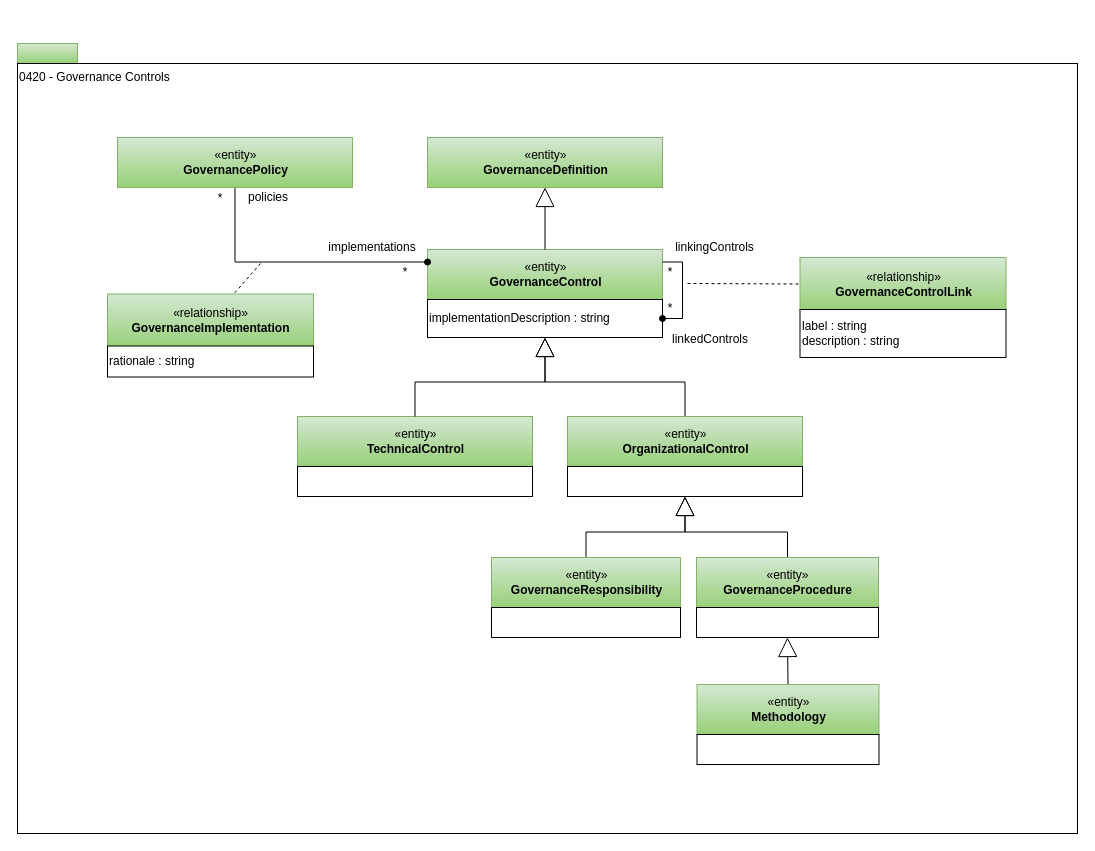
odpi/egeria-docs keeps this draw.io diagram as page "0420-Governance-Controls" (6 of 30) of site/docs/types/4/area-4-governance.drawio. Above is the earlier version. Source tidied: cells renumbered, new cells numbered last; positions are measured from the earlier drawing's top-left corner, leaving out a move shared by most shapes. Both pictures are drawn from the tidied source at 100%, with x=0, y=0 at pixel (17, 43).
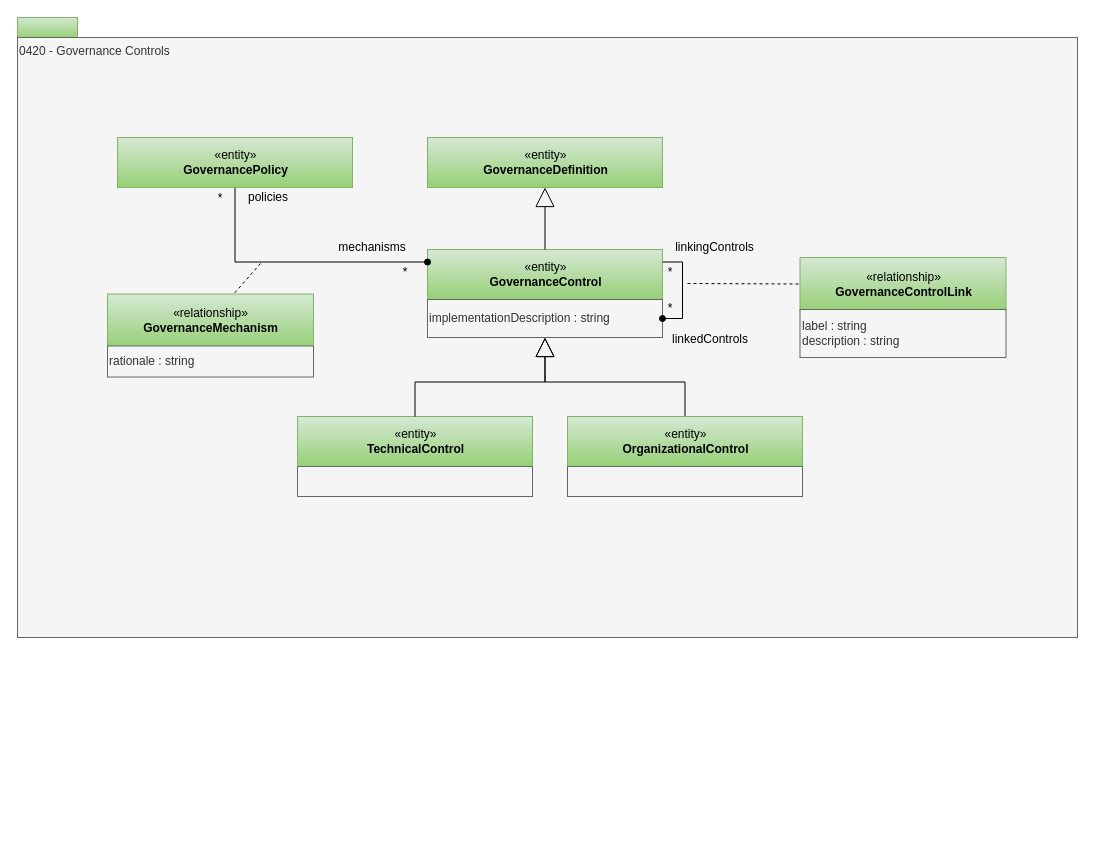
Above is the later version.

What changed in the source:
```diff
@@
     <mxCell id="2" style="rounded=0;whiteSpace=wrap;html=1;align=left;fillColor=#d5e8d4;strokeColor=#82b366;gradientColor=#97d077;" parent="1" vertex="1">
-      <mxGeometry width="60" height="20" as="geometry" />
+      <mxGeometry y="-26" width="60" height="20" as="geometry" />
     </mxCell>
-    <mxCell id="3" value="0420 - Governance Controls" style="rounded=0;whiteSpace=wrap;html=1;align=left;verticalAlign=top;" parent="1" vertex="1">
-      <mxGeometry y="20" width="1060" height="770" as="geometry" />
+    <mxCell id="3" value="0420 - Governance Controls" style="rounded=0;whiteSpace=wrap;html=1;align=left;verticalAlign=top;fillColor=#f5f5f5;fontColor=#333333;strokeColor=#666666;" parent="1" vertex="1">
+      <mxGeometry y="-6" width="1060" height="600" as="geometry" />
     </mxCell>
@@
-    <mxCell id="5" value="implementationDescription : string" style="rounded=0;whiteSpace=wrap;html=1;strokeColor=#000000;gradientColor=#ffffff;align=left;" parent="1" vertex="1">
+    <mxCell id="5" value="implementationDescription : string" style="rounded=0;whiteSpace=wrap;html=1;strokeColor=#666666;align=left;fillColor=#f5f5f5;fontColor=#333333;" parent="1" vertex="1">
       <mxGeometry x="410" y="256" width="235" height="38" as="geometry" />
     </mxCell>
@@
-    <mxCell id="7" style="rounded=0;whiteSpace=wrap;html=1;strokeColor=#000000;gradientColor=#ffffff;align=left;" parent="1" vertex="1">
+    <mxCell id="7" style="rounded=0;whiteSpace=wrap;html=1;strokeColor=#666666;align=left;fillColor=#f5f5f5;fontColor=#333333;" parent="1" vertex="1">
       <mxGeometry x="280" y="423" width="235" height="30" as="geometry" />
     </mxCell>
@@
-    <mxCell id="11" style="rounded=0;whiteSpace=wrap;html=1;strokeColor=#000000;gradientColor=#ffffff;align=left;" parent="1" vertex="1">
+    <mxCell id="11" style="rounded=0;whiteSpace=wrap;html=1;strokeColor=#666666;align=left;fillColor=#f5f5f5;fontColor=#333333;" parent="1" vertex="1">
       <mxGeometry x="550" y="423" width="235" height="30" as="geometry" />
     </mxCell>
@@
-    <mxCell id="16" value="label : string&lt;div&gt;description : string&lt;/div&gt;" style="rounded=0;whiteSpace=wrap;html=1;strokeColor=#000000;gradientColor=#ffffff;align=left;" parent="1" vertex="1">
+    <mxCell id="16" value="label : string&lt;div&gt;description : string&lt;/div&gt;" style="rounded=0;whiteSpace=wrap;html=1;strokeColor=#666666;align=left;fillColor=#f5f5f5;fontColor=#333333;" parent="1" vertex="1">
       <mxGeometry x="782.5" y="266" width="206" height="48" as="geometry" />
     </mxCell>
@@
-    <mxCell id="22" value="«relationship»&lt;br&gt;&lt;b&gt;GovernanceImplementation&lt;/b&gt;" style="html=1;strokeColor=#82b366;align=center;fillColor=#d5e8d4;gradientColor=#97d077;" parent="1" vertex="1">
+    <mxCell id="22" value="«relationship»&lt;br&gt;&lt;b&gt;GovernanceMechanism&lt;/b&gt;" style="html=1;strokeColor=#82b366;align=center;fillColor=#d5e8d4;gradientColor=#97d077;" parent="1" vertex="1">
       <mxGeometry x="90" y="250.5" width="206" height="53" as="geometry" />
     </mxCell>
@@
-    <mxCell id="24" value="rationale : string" style="rounded=0;whiteSpace=wrap;html=1;strokeColor=#000000;gradientColor=#ffffff;align=left;" parent="1" vertex="1">
+    <mxCell id="24" value="rationale : string" style="rounded=0;whiteSpace=wrap;html=1;strokeColor=#666666;align=left;fillColor=#f5f5f5;fontColor=#333333;" parent="1" vertex="1">
       <mxGeometry x="90" y="302.5" width="206" height="31" as="geometry" />
     </mxCell>
@@
-    <mxCell id="26" value="implementations" style="text;html=1;strokeColor=none;fillColor=none;align=center;verticalAlign=middle;whiteSpace=wrap;rounded=0;" parent="1" vertex="1">
+    <mxCell id="26" value="mechanisms" style="text;html=1;strokeColor=none;fillColor=none;align=center;verticalAlign=middle;whiteSpace=wrap;rounded=0;" parent="1" vertex="1">
       <mxGeometry x="320" y="194" width="70" height="20" as="geometry" />
     </mxCell>
@@
-    <mxCell id="29" style="edgeStyle=orthogonalEdgeStyle;rounded=0;jettySize=auto;html=1;exitX=0.5;exitY=0;exitDx=0;exitDy=0;startArrow=none;startFill=0;endArrow=block;endFill=0;endSize=17;entryX=0.5;entryY=1;entryDx=0;entryDy=0;" parent="1" edge="1" source="30" target="11">
-      <mxGeometry relative="1" as="geometry" />
-    </mxCell>
-    <mxCell id="30" value="«entity»&lt;br&gt;&lt;b&gt;GovernanceResponsibility&lt;/b&gt;" style="html=1;strokeColor=#82b366;align=center;fillColor=#d5e8d4;gradientColor=#97d077;" parent="1" vertex="1">
-      <mxGeometry x="474" y="514" width="189" height="50" as="geometry" />
-    </mxCell>
-    <mxCell id="31" style="rounded=0;whiteSpace=wrap;html=1;align=left;" parent="1" vertex="1">
-      <mxGeometry x="474" y="564" width="189" height="30" as="geometry" />
-    </mxCell>
-    <mxCell id="32" style="edgeStyle=orthogonalEdgeStyle;rounded=0;jettySize=auto;html=1;exitX=0.5;exitY=0;exitDx=0;exitDy=0;entryX=0.5;entryY=1;entryDx=0;entryDy=0;startArrow=none;startFill=0;endArrow=block;endFill=0;endSize=17;" parent="1" edge="1" source="33" target="11">
-      <mxGeometry relative="1" as="geometry" />
-    </mxCell>
-    <mxCell id="33" value="«entity»&lt;br&gt;&lt;b&gt;GovernanceProcedure&lt;/b&gt;" style="html=1;strokeColor=#82b366;align=center;fillColor=#d5e8d4;gradientColor=#97d077;" parent="1" vertex="1">
-      <mxGeometry x="679" y="514" width="182" height="50" as="geometry" />
-    </mxCell>
-    <mxCell id="34" style="rounded=0;whiteSpace=wrap;html=1;align=left;" parent="1" vertex="1">
-      <mxGeometry x="679" y="564" width="182" height="30" as="geometry" />
-    </mxCell>
@@
-    <mxCell id="37" style="edgeStyle=orthogonalEdgeStyle;rounded=0;jettySize=auto;html=1;exitX=0.5;exitY=0;exitDx=0;exitDy=0;entryX=0.5;entryY=1;entryDx=0;entryDy=0;startArrow=none;startFill=0;endArrow=block;endFill=0;endSize=17;" parent="1" edge="1" source="38" target="34">
-      <mxGeometry relative="1" as="geometry" />
-    </mxCell>
-    <mxCell id="38" value="«entity»&lt;br&gt;&lt;b&gt;Methodology&lt;/b&gt;" style="html=1;strokeColor=#82b366;align=center;fillColor=#d5e8d4;gradientColor=#97d077;" parent="1" vertex="1">
-      <mxGeometry x="679.5" y="641" width="182" height="50" as="geometry" />
-    </mxCell>
-    <mxCell id="39" style="rounded=0;whiteSpace=wrap;html=1;align=left;" parent="1" vertex="1">
-      <mxGeometry x="679.5" y="691" width="182" height="30" as="geometry" />
-    </mxCell>
```
